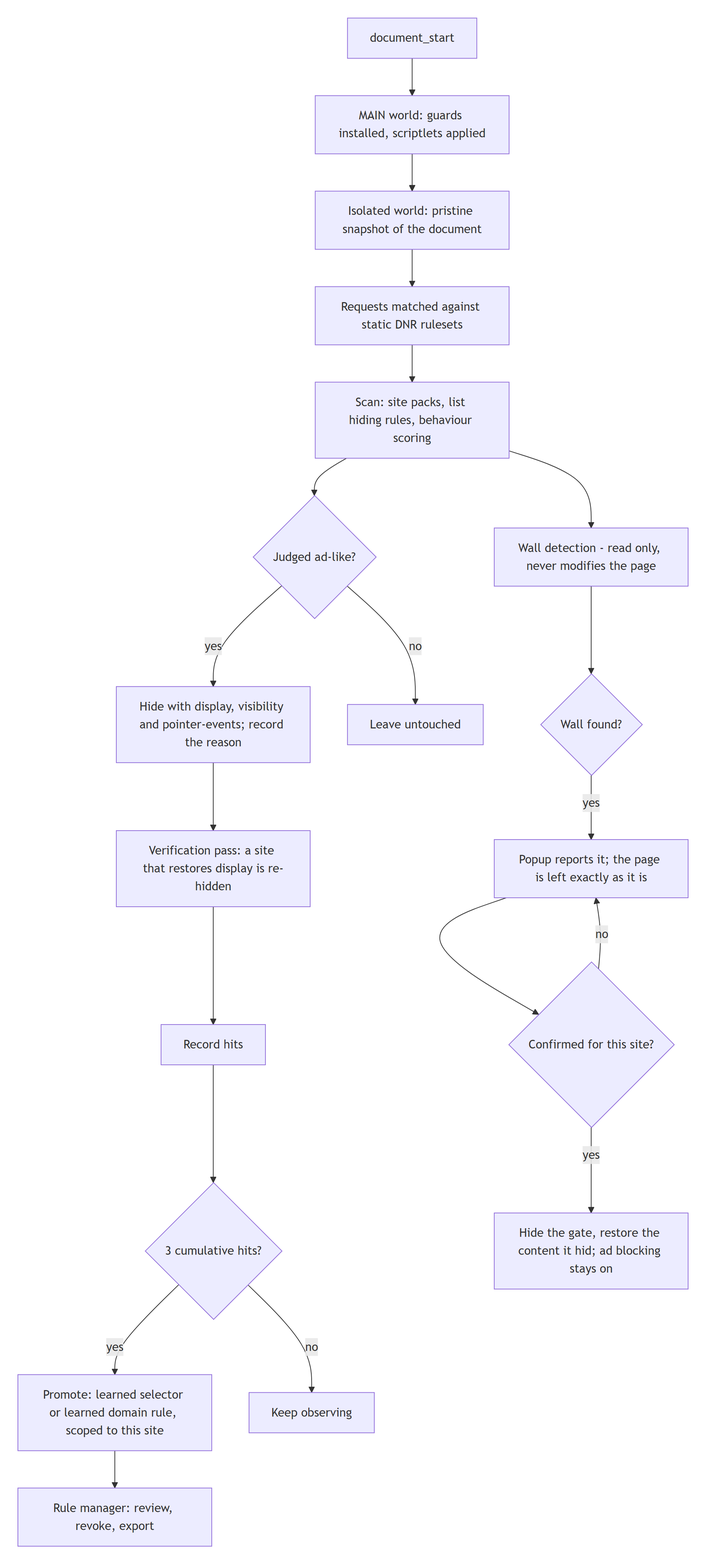
This is docs/diagrams/flow-en.png from jfxia/AdBlow, a Mermaid export, as it was before one commit. Its source is kept beside it as docs/diagrams/flow-en.mmd. The source it was exported from:
```mermaid
flowchart TD
  start["document_start"] --> a["MAIN world: guards installed, scriptlets applied"]
  a --> b["Isolated world: pristine snapshot of the document"]
  b --> c["Requests matched against static DNR rulesets"]
  c --> d["Scan: site packs, list hiding rules, behaviour scoring"]
  d --> e{"Judged ad-like?"}
  e -->|"yes"| f["Hide with display, visibility and pointer-events; record the reason"]
  e -->|"no"| g["Leave untouched"]
  f --> h["Verification pass: a site that restores display is re-hidden"]
  h --> i["Record hits"]
  i --> j{"3 cumulative hits?"}
  j -->|"yes"| k["Promote: learned selector or learned domain rule, scoped to this site"]
  j -->|"no"| l["Keep observing"]
  k --> m["Rule manager: review, revoke, export"]
  d --> n["Wall detection - read only, never modifies the page"]
  n --> o{"Wall found?"}
  o -->|"yes"| p["Popup reports it; the page is left exactly as it is"]
  p --> q{"Confirmed for this site?"}
  q -->|"yes"| r["Hide the gate, restore the content it hid; ad blocking stays on"]
  q -->|"no"| p
```
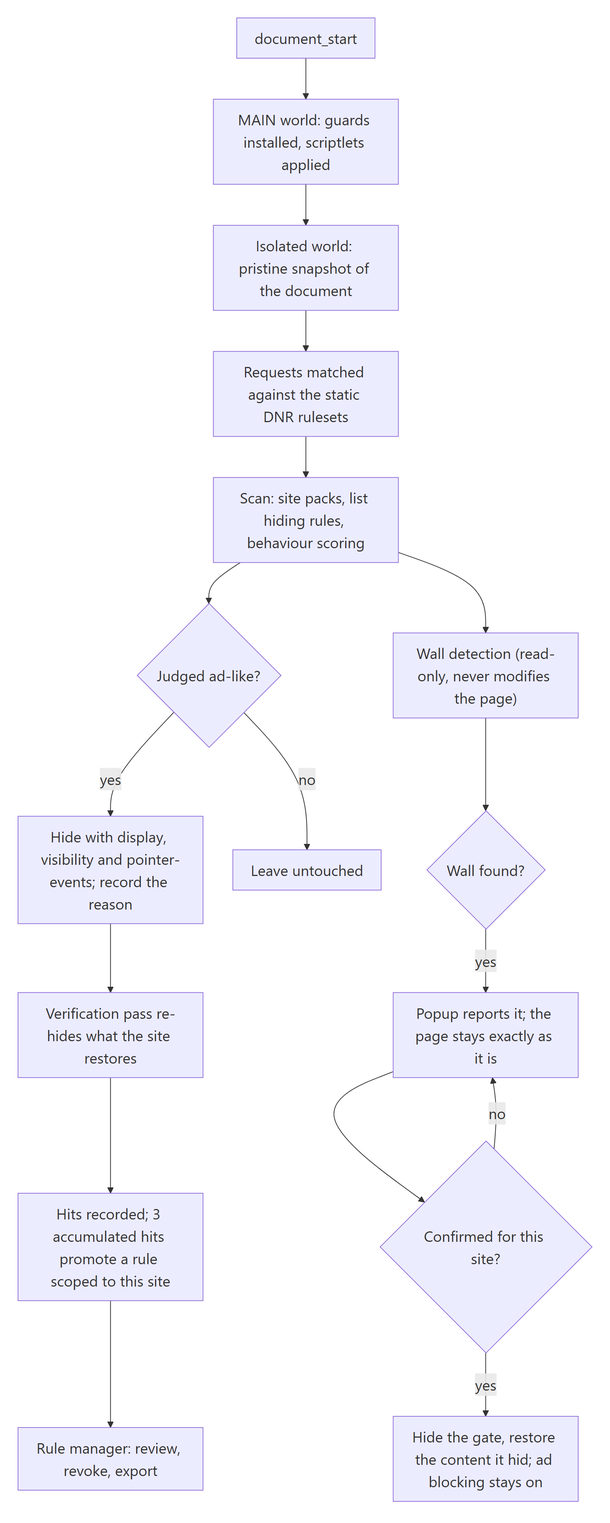
Above is the later version.

Change to the diagram source:
```diff
@@ -1,20 +1,17 @@
 flowchart TD
   start["document_start"] --> a["MAIN world: guards installed, scriptlets applied"]
   a --> b["Isolated world: pristine snapshot of the document"]
-  b --> c["Requests matched against static DNR rulesets"]
+  b --> c["Requests matched against the static DNR rulesets"]
   c --> d["Scan: site packs, list hiding rules, behaviour scoring"]
   d --> e{"Judged ad-like?"}
   e -->|"yes"| f["Hide with display, visibility and pointer-events; record the reason"]
   e -->|"no"| g["Leave untouched"]
-  f --> h["Verification pass: a site that restores display is re-hidden"]
-  h --> i["Record hits"]
-  i --> j{"3 cumulative hits?"}
-  j -->|"yes"| k["Promote: learned selector or learned domain rule, scoped to this site"]
-  j -->|"no"| l["Keep observing"]
-  k --> m["Rule manager: review, revoke, export"]
-  d --> n["Wall detection - read only, never modifies the page"]
-  n --> o{"Wall found?"}
-  o -->|"yes"| p["Popup reports it; the page is left exactly as it is"]
-  p --> q{"Confirmed for this site?"}
-  q -->|"yes"| r["Hide the gate, restore the content it hid; ad blocking stays on"]
-  q -->|"no"| p
+  f --> h["Verification pass re-hides what the site restores"]
+  h --> i["Hits recorded; 3 accumulated hits promote a rule scoped to this site"]
+  i --> j["Rule manager: review, revoke, export"]
+  d --> k["Wall detection (read-only, never modifies the page)"]
+  k --> l{"Wall found?"}
+  l -->|"yes"| m["Popup reports it; the page stays exactly as it is"]
+  m --> n{"Confirmed for this site?"}
+  n -->|"yes"| o["Hide the gate, restore the content it hid; ad blocking stays on"]
+  n -->|"no"| m
```
